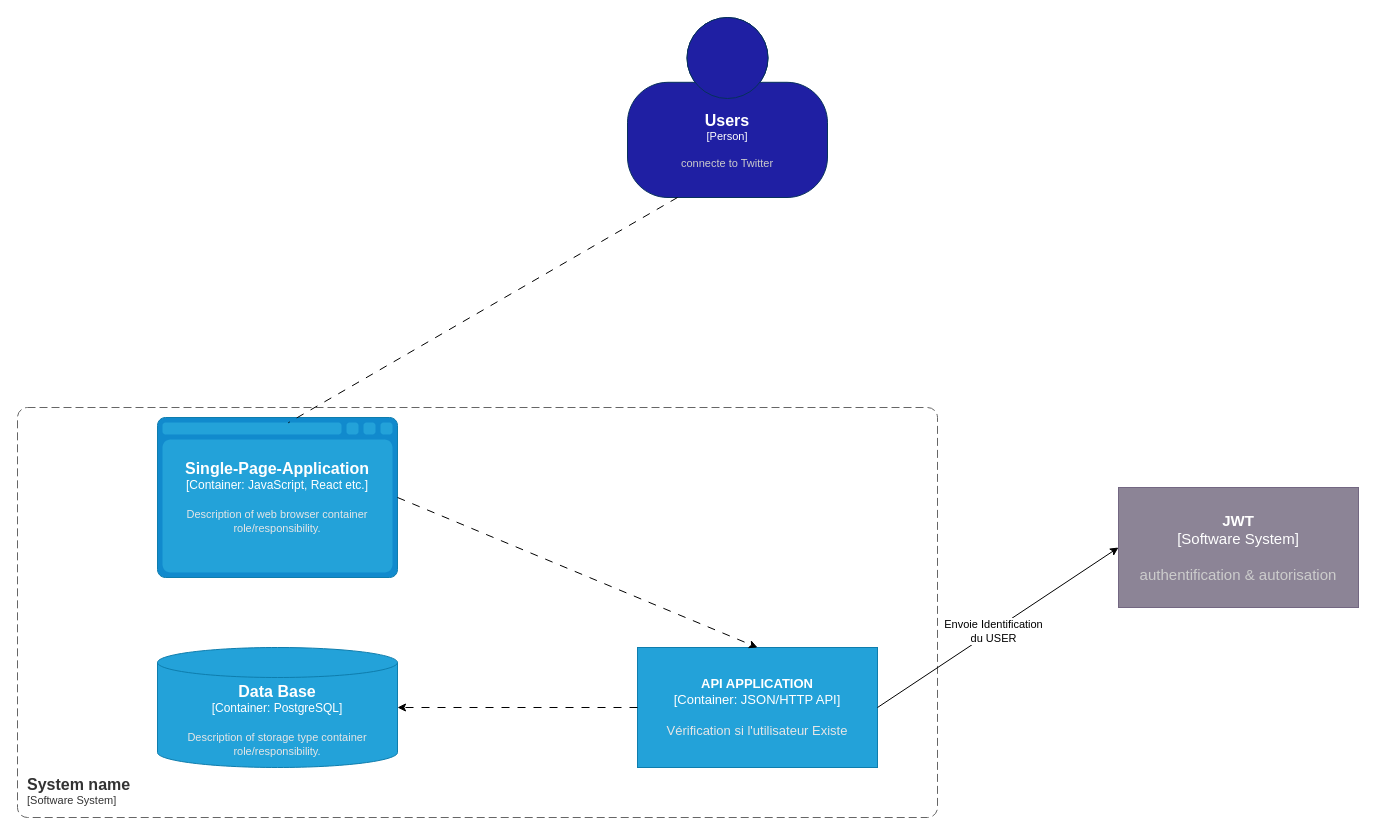
Earlier version of the draw.io diagram page "container" (2 of 4) of Diagramme sans nom.drawio (SALVA243/AP-TWITTER). Source tidied: cells renumbered, new cells numbered last; positions are measured from the earlier drawing's top-left corner, leaving out a move shared by most shapes. Both pictures are drawn from the tidied source at 100%, with x=0, y=0 at pixel (17, 17).
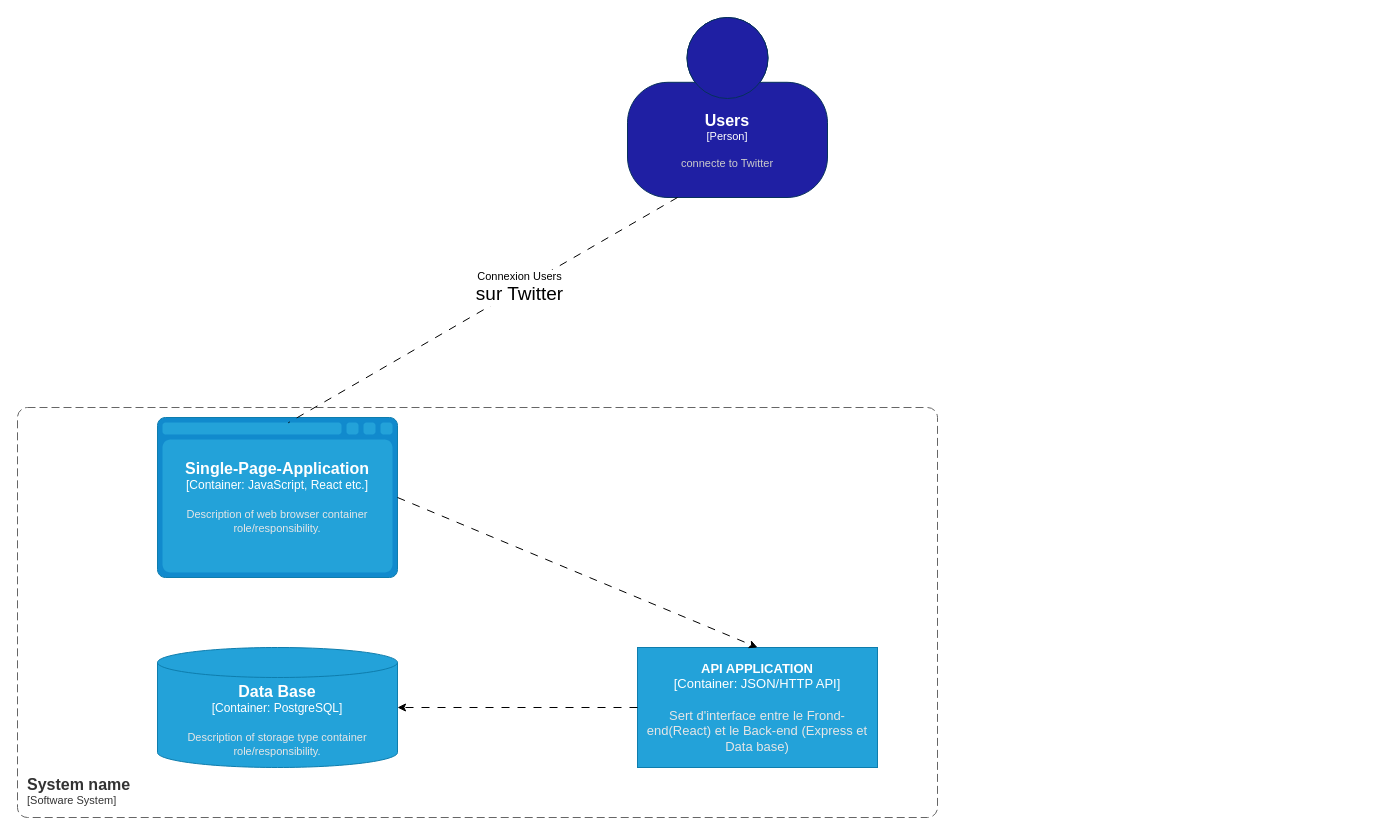
After the change.

Diff of the diagram source:
```diff
@@
 <mxGraphModel>
   <root>
     <mxCell id="0" />
     <mxCell id="1" parent="0" />
     <object id="2" label="&lt;font style=&quot;font-size: 16px&quot;&gt;&lt;b&gt;%c4Name%&lt;/b&gt;&lt;/font&gt;&lt;div&gt;[%c4Type%]&lt;/div&gt;&lt;br&gt;&lt;div&gt;&lt;font style=&quot;font-size: 11px&quot;&gt;&lt;font color=&quot;#cccccc&quot;&gt;%c4Description%&lt;/font&gt;&lt;/div&gt;" c4Description="connecte to Twitter" c4Name="Users" c4Type="Person" placeholders="1">
       <mxCell style="html=1;fontSize=11;dashed=0;whiteSpace=wrap;fillColor=#1f1fa3;strokeColor=#06315C;fontColor=#ffffff;shape=mxgraph.c4.person2;align=center;points=[[0.5,0,0],[1,0.5,0],[1,0.75,0],[0.75,1,0],[0.5,1,0],[0.25,1,0],[0,0.75,0],[0,0.5,0]];" parent="1" vertex="1">
         <mxGeometry x="610" width="200" height="180" as="geometry" />
       </mxCell>
     </object>
-    <object id="3" label="&lt;font style=&quot;font-size: 15px;&quot;&gt;&lt;b style=&quot;font-size: 15px;&quot;&gt;%c4Name%&lt;/b&gt;&lt;/font&gt;&lt;div style=&quot;font-size: 15px;&quot;&gt;[%c4Type%]&lt;/div&gt;&lt;br style=&quot;font-size: 15px;&quot;&gt;&lt;div style=&quot;font-size: 15px;&quot;&gt;&lt;font style=&quot;font-size: 15px;&quot;&gt;&lt;font color=&quot;#cccccc&quot; style=&quot;font-size: 15px;&quot;&gt;%c4Description%&lt;/font&gt;&lt;/font&gt;&lt;/div&gt;" c4Description="authentification &amp; autorisation" c4Name="JWT" c4Type="Software System" placeholders="1">
-      <mxCell style="rounded=1;whiteSpace=wrap;html=1;labelBackgroundColor=none;fillColor=#8C8496;fontColor=#ffffff;align=center;arcSize=0;strokeColor=#736782;points=[[0.25,0,0],[0.5,0,0],[0.75,0,0],[1,0.25,0],[1,0.5,0],[1,0.75,0],[0.75,1,0],[0.5,1,0],[0.25,1,0],[0,0.75,0],[0,0.5,0],[0,0.25,0]];fontSize=15;" parent="1" vertex="1">
-        <mxGeometry x="1101" y="470" width="240" height="120" as="geometry" />
-      </mxCell>
-    </object>
     <object id="4" label="&lt;font style=&quot;font-size: 16px&quot;&gt;&lt;b&gt;&lt;div style=&quot;text-align: left&quot;&gt;%c4Name%&lt;/div&gt;&lt;/b&gt;&lt;/font&gt;&lt;div style=&quot;text-align: left&quot;&gt;[%c4Application%]&lt;/div&gt;" c4Application="Software System" c4Name="System name" placeholders="1">
       <mxCell style="rounded=1;fontSize=11;whiteSpace=wrap;html=1;dashed=1;arcSize=20;fillColor=none;strokeColor=#666666;fontColor=#333333;labelBackgroundColor=none;align=left;verticalAlign=bottom;labelBorderColor=none;spacingTop=0;spacing=10;dashPattern=8 4;perimeter=rectanglePerimeter;noLabel=0;labelPadding=0;absoluteArcSize=1;" parent="1" vertex="1">
         <mxGeometry y="390" width="920" height="410" as="geometry" />
       </mxCell>
     </object>
-    <object id="5" label="&lt;font style=&quot;font-size: 13px;&quot;&gt;&lt;b style=&quot;font-size: 13px;&quot;&gt;%c4Name%&lt;/b&gt;&lt;/font&gt;&lt;div style=&quot;font-size: 13px;&quot;&gt;[%c4Type%: %c4Technology%]&lt;/div&gt;&lt;br style=&quot;font-size: 13px;&quot;&gt;&lt;div style=&quot;font-size: 13px;&quot;&gt;&lt;font style=&quot;font-size: 13px;&quot;&gt;&lt;font color=&quot;#E6E6E6&quot; style=&quot;font-size: 13px;&quot;&gt;%c4Description%&lt;/font&gt;&lt;/font&gt;&lt;/div&gt;" c4Description="Vérification si l'utilisateur Existe" c4Name="API APPLICATION" c4Technology="JSON/HTTP API" c4Type="Container" placeholders="1">
+    <object id="5" label="&lt;font style=&quot;font-size: 13px;&quot;&gt;&lt;b style=&quot;font-size: 13px;&quot;&gt;%c4Name%&lt;/b&gt;&lt;/font&gt;&lt;div style=&quot;font-size: 13px;&quot;&gt;[%c4Type%: %c4Technology%]&lt;/div&gt;&lt;br style=&quot;font-size: 13px;&quot;&gt;&lt;div style=&quot;font-size: 13px;&quot;&gt;&lt;font style=&quot;font-size: 13px;&quot;&gt;&lt;font color=&quot;#E6E6E6&quot; style=&quot;font-size: 13px;&quot;&gt;%c4Description%&lt;/font&gt;&lt;/font&gt;&lt;/div&gt;" c4Description="Sert d'interface entre le Frond-end(React) et le Back-end (Express et Data base)" c4Name="API APPLICATION" c4Technology="JSON/HTTP API" c4Type="Container" placeholders="1">
       <mxCell style="rounded=1;whiteSpace=wrap;html=1;fontSize=13;labelBackgroundColor=none;fillColor=#23A2D9;fontColor=#ffffff;align=center;arcSize=0;strokeColor=#0E7DAD;points=[[0.25,0,0],[0.5,0,0],[0.75,0,0],[1,0.25,0],[1,0.5,0],[1,0.75,0],[0.75,1,0],[0.5,1,0],[0.25,1,0],[0,0.75,0],[0,0.5,0],[0,0.25,0]];" parent="1" vertex="1">
         <mxGeometry x="620" y="630" width="240" height="120" as="geometry" />
       </mxCell>
     </object>
     <object id="6" label="&lt;font style=&quot;font-size: 16px&quot;&gt;&lt;b&gt;%c4Type%&lt;/b&gt;&lt;/font&gt;&lt;div&gt;[%c4Container%:&amp;nbsp;%c4Technology%]&lt;/div&gt;&lt;br&gt;&lt;div&gt;&lt;font style=&quot;font-size: 11px&quot;&gt;&lt;font color=&quot;#E6E6E6&quot;&gt;%c4Description%&lt;/font&gt;&lt;/div&gt;" c4Container="Container" c4Description="Description of web browser container role/responsibility." c4Technology="JavaScript, React etc." c4Type="Single-Page-Application" placeholders="1">
       <mxCell style="shape=mxgraph.c4.webBrowserContainer2;whiteSpace=wrap;html=1;boundedLbl=1;rounded=0;labelBackgroundColor=none;strokeColor=#118ACD;fillColor=#23A2D9;strokeColor=#118ACD;strokeColor2=#0E7DAD;fontSize=12;fontColor=#ffffff;align=center;points=[[0.5,0,0],[1,0.25,0],[1,0.5,0],[1,0.75,0],[0.5,1,0],[0,0.75,0],[0,0.5,0],[0,0.25,0]];" parent="1" vertex="1">
         <mxGeometry x="140" y="400" width="240" height="160" as="geometry" />
       </mxCell>
     </object>
     <object id="7" label="&lt;font style=&quot;font-size: 16px&quot;&gt;&lt;b&gt;%c4Type%&lt;/b&gt;&lt;/font&gt;&lt;div&gt;[%c4Container%:&amp;nbsp;%c4Technology%]&lt;/div&gt;&lt;br&gt;&lt;div&gt;&lt;font style=&quot;font-size: 11px&quot;&gt;&lt;font color=&quot;#E6E6E6&quot;&gt;%c4Description%&lt;/font&gt;&lt;/div&gt;" c4Container="Container" c4Description="Description of storage type container role/responsibility." c4Technology="PostgreSQL" c4Type="Data Base" placeholders="1">
       <mxCell style="shape=cylinder3;size=15;whiteSpace=wrap;html=1;boundedLbl=1;rounded=0;labelBackgroundColor=none;fillColor=#23A2D9;fontSize=12;fontColor=#ffffff;align=center;strokeColor=#0E7DAD;" parent="1" vertex="1">
         <mxGeometry x="140" y="630" width="240" height="120" as="geometry" />
       </mxCell>
     </object>
     <mxCell id="8" style="endArrow=none;html=1;rounded=0;exitX=0.25;exitY=1;exitDx=0;exitDy=0;exitPerimeter=0;entryX=0.545;entryY=0.033;entryDx=0;entryDy=0;entryPerimeter=0;endFill=0;dashed=1;dashPattern=8 8;" parent="1" edge="1" source="2" target="6">
       <mxGeometry relative="1" as="geometry" />
     </mxCell>
+    <mxCell id="13" value="Connexion Users&lt;br style=&quot;border-color: var(--border-color); font-size: 19px;&quot;&gt;&lt;span style=&quot;font-size: 19px;&quot;&gt;sur Twitter&lt;/span&gt;" style="edgeLabel;html=1;align=center;verticalAlign=middle;" parent="8" vertex="1">
+      <mxGeometry x="-0.19" y="-2" relative="1" as="geometry" />
+    </mxCell>
     <mxCell id="9" style="endArrow=classic;html=1;rounded=0;entryX=0.5;entryY=0;entryDx=0;entryDy=0;entryPerimeter=0;exitX=1;exitY=0.5;exitDx=0;exitDy=0;exitPerimeter=0;dashed=1;dashPattern=8 8;" parent="1" edge="1" source="6" target="5">
       <mxGeometry relative="1" as="geometry" />
     </mxCell>
     <mxCell id="10" style="endArrow=classic;html=1;rounded=0;exitX=0;exitY=0.5;exitDx=0;exitDy=0;exitPerimeter=0;dashed=1;dashPattern=8 8;" parent="1" edge="1" source="5">
       <mxGeometry relative="1" as="geometry">
         <mxPoint x="380" y="690" as="targetPoint" />
       </mxGeometry>
     </mxCell>
-    <mxCell id="11" style="endArrow=classic;html=1;rounded=0;entryX=0;entryY=0.5;entryDx=0;entryDy=0;entryPerimeter=0;exitX=1;exitY=0.5;exitDx=0;exitDy=0;exitPerimeter=0;" parent="1" edge="1" source="5" target="3">
-      <mxGeometry relative="1" as="geometry" />
-    </mxCell>
-    <mxCell id="12" value="Envoie Identification&lt;br&gt;du USER" style="edgeLabel;html=1;align=center;verticalAlign=middle;" parent="11" vertex="1">
-      <mxGeometry x="-0.04" y="-1" relative="1" as="geometry">
-        <mxPoint x="-1" as="offset" />
-      </mxGeometry>
-    </mxCell>
   </root>
 </mxGraphModel>
```
